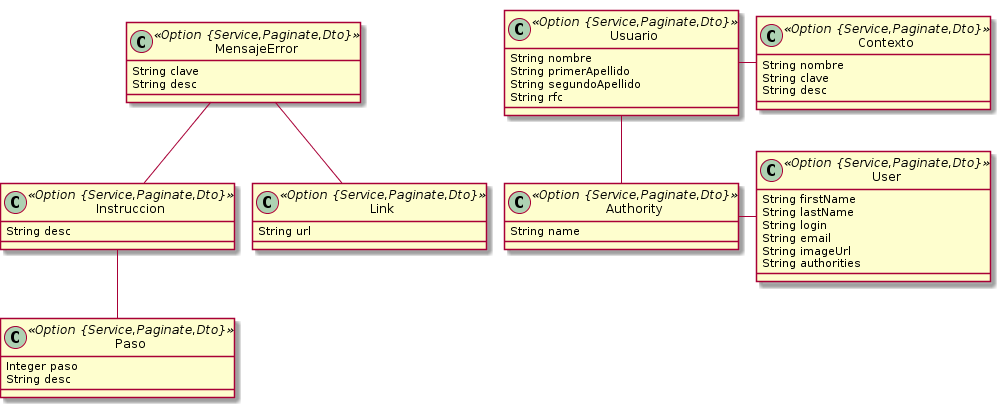
Earlier version of the PlantUML export entities.png (salsa-community/kbase).
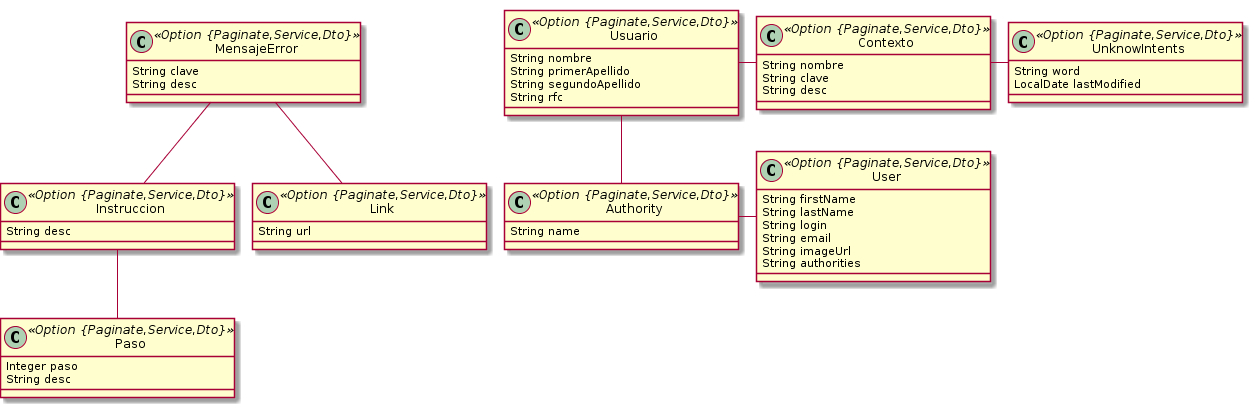
Later version of the same file.

What changed in the source:
```diff
@@ -1,38 +1,42 @@
 @startuml
 	!pragma graphviz_dot jdot
 	!pragma syntax class
-	class MensajeError <<Option {Service,Paginate,Dto}>> {
+	class MensajeError <<Option {Paginate,Service,Dto}>> {
 		String clave
 		String desc
 	}
-	class Instruccion <<Option {Service,Paginate,Dto}>> {
+	class Instruccion <<Option {Paginate,Service,Dto}>> {
 		String desc
 	}
-	class Link <<Option {Service,Paginate,Dto}>> {
+	class Link <<Option {Paginate,Service,Dto}>> {
 		String url
 	}
-	class Paso <<Option {Service,Paginate,Dto}>> {
+	class Paso <<Option {Paginate,Service,Dto}>> {
 		Integer paso
 		String desc
 	}
-	class Usuario <<Option {Service,Paginate,Dto}>> {
+	class Usuario <<Option {Paginate,Service,Dto}>> {
 		String nombre
 		String primerApellido
 		String segundoApellido
 		String rfc
 	}
-	class Contexto <<Option {Service,Paginate,Dto}>> {
+	class Contexto <<Option {Paginate,Service,Dto}>> {
 		String nombre
 		String clave
 		String desc
 	}
+	class UnknowIntents <<Option {Paginate,Service,Dto}>> {
+		String word
+		LocalDate lastModified
+	}
 	MensajeError  "instruccion 0..1 " -- "0..1 "  Instruccion
 	MensajeError  "links 0..1 " --o "0..* "  Link
 	Instruccion  "pasos 0..1 " --o "0..* "  Paso
-	class Authority <<Option {Service,Paginate,Dto}>> {
+	class Authority <<Option {Paginate,Service,Dto}>> {
 		String name
 	}
-	class User <<Option {Service,Paginate,Dto}>> {
+	class User <<Option {Paginate,Service,Dto}>> {
 		String firstName
 		String lastName
 		String login
```
